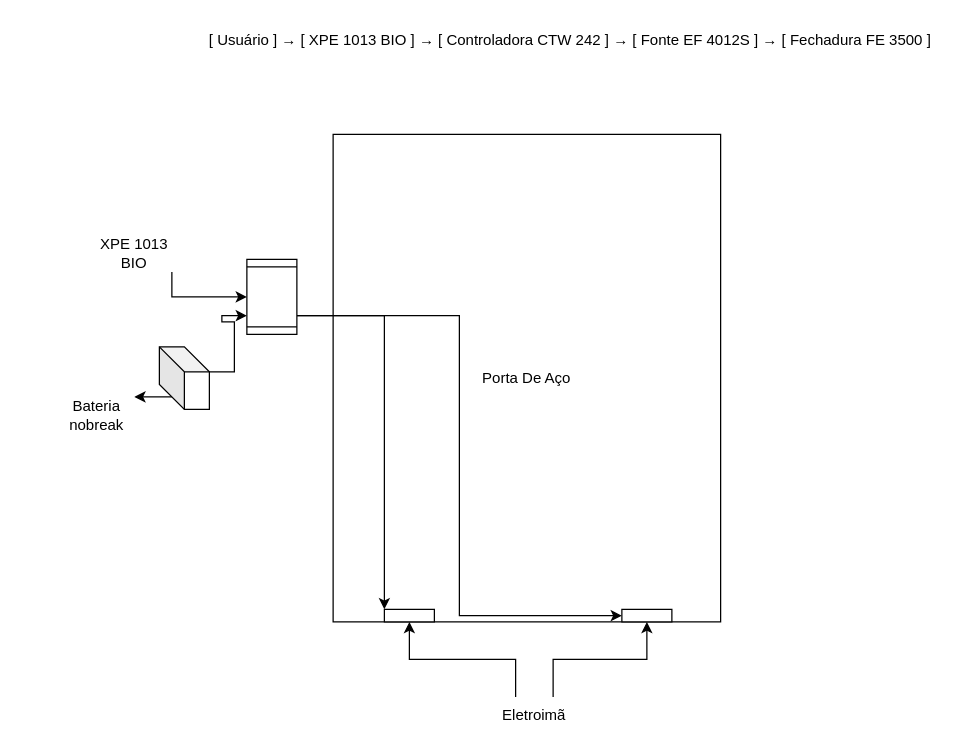
Above: Diagrama sem nome.drawio in ThallysOliveira/AMSupermercado-LTDA (draw.io), before the change. Source tidied: cells renumbered, new cells numbered last; positions are measured from the earlier drawing's top-left corner, leaving out a move shared by most shapes. Both pictures are drawn from the tidied source at 125%, with x=0, y=0 at pixel (59, 21).
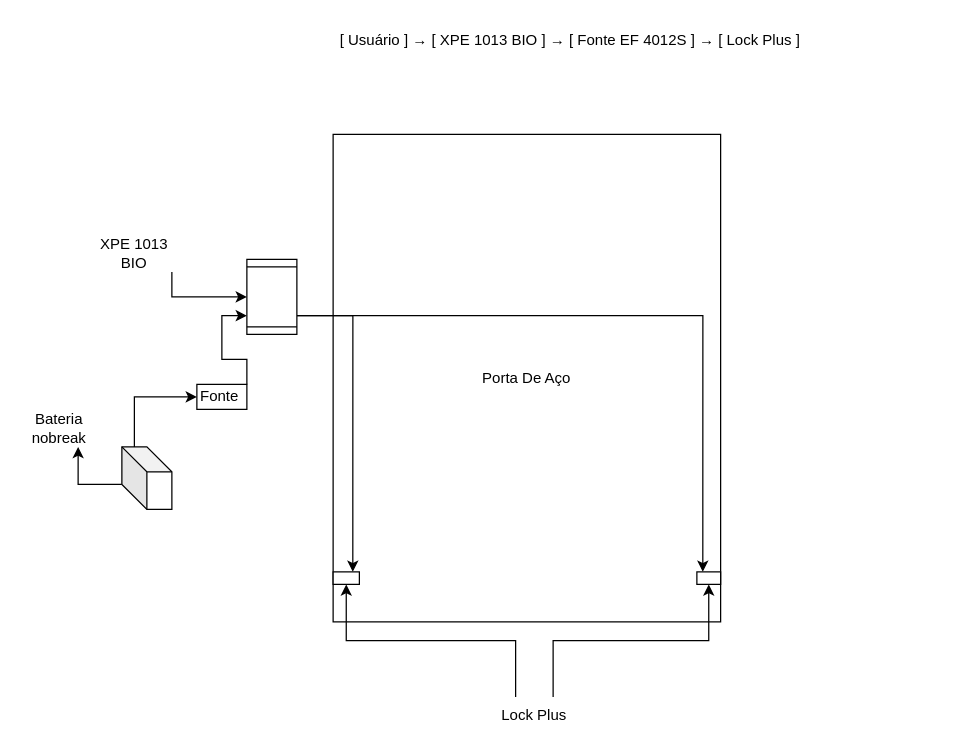
The same diagram, later.

Change to the diagram source:
```diff
@@
 <mxGraphModel>
   <root>
     <mxCell id="0" />
     <mxCell id="1" parent="0" />
     <mxCell id="2" value="Porta De Aço" style="rounded=0;whiteSpace=wrap;html=1;" parent="1" vertex="1">
       <mxGeometry x="219" y="90" width="310" height="390" as="geometry" />
     </mxCell>
-    <mxCell id="3" style="edgeStyle=orthogonalEdgeStyle;rounded=0;jettySize=auto;html=1;exitX=0.75;exitY=0;exitDx=0;exitDy=0;entryX=0;entryY=0;entryDx=0;entryDy=0;" parent="1" edge="1" source="5" target="7">
+    <mxCell id="3" style="edgeStyle=orthogonalEdgeStyle;rounded=0;jettySize=auto;html=1;exitX=0.75;exitY=0;exitDx=0;exitDy=0;entryX=0.75;entryY=0;entryDx=0;entryDy=0;" parent="1" edge="1" source="5" target="7">
       <mxGeometry relative="1" as="geometry" />
     </mxCell>
-    <mxCell id="4" style="edgeStyle=orthogonalEdgeStyle;rounded=0;jettySize=auto;html=1;exitX=0.75;exitY=0;exitDx=0;exitDy=0;entryX=0;entryY=0.5;entryDx=0;entryDy=0;" parent="1" edge="1" source="5" target="8">
+    <mxCell id="4" style="edgeStyle=orthogonalEdgeStyle;rounded=0;jettySize=auto;html=1;exitX=0.75;exitY=0;exitDx=0;exitDy=0;entryX=0.25;entryY=0;entryDx=0;entryDy=0;" parent="1" edge="1" source="5" target="8">
       <mxGeometry relative="1" as="geometry" />
     </mxCell>
     <mxCell id="5" style="shape=process;whiteSpace=wrap;html=1;backgroundOutline=1;rotation=90;" parent="1" vertex="1">
       <mxGeometry x="140" y="200" width="60" height="40" as="geometry" />
     </mxCell>
-    <mxCell id="6" value="[ Usuário ] → [ XPE 1013 BIO ] → [ Controladora CTW 242 ] → [ Fonte EF 4012S ] → [ Fechadura FE 3500 ]&amp;nbsp;" style="text;html=1;align=center;verticalAlign=middle;strokeColor=none;fillColor=none;" parent="1" vertex="1">
-      <mxGeometry x="110" width="600" height="30" as="geometry" />
+    <mxCell id="6" value="[ Usuário ] → [ XPE 1013 BIO ] → [ Fonte EF 4012S ] → [ Lock Plus ]&amp;nbsp;" style="text;html=1;align=center;verticalAlign=middle;strokeColor=none;fillColor=none;" parent="1" vertex="1">
+      <mxGeometry x="210" width="400" height="30" as="geometry" />
     </mxCell>
     <mxCell id="7" style="rounded=0;whiteSpace=wrap;html=1;" parent="1" vertex="1">
-      <mxGeometry x="260" y="470" width="40" height="10" as="geometry" />
+      <mxGeometry x="219" y="440" width="21" height="10" as="geometry" />
     </mxCell>
     <mxCell id="8" style="rounded=0;whiteSpace=wrap;html=1;" parent="1" vertex="1">
-      <mxGeometry x="450" y="470" width="40" height="10" as="geometry" />
+      <mxGeometry x="510" y="440" width="19" height="10" as="geometry" />
     </mxCell>
     <mxCell id="9" style="edgeStyle=orthogonalEdgeStyle;rounded=0;jettySize=auto;html=1;exitX=1;exitY=1;exitDx=0;exitDy=0;entryX=0.5;entryY=1;entryDx=0;entryDy=0;" parent="1" edge="1" source="10" target="5">
       <mxGeometry relative="1" as="geometry" />
     </mxCell>
     <mxCell id="10" value="XPE 1013 BIO" style="text;html=1;align=center;verticalAlign=middle;whiteSpace=wrap;rounded=0;" parent="1" vertex="1">
       <mxGeometry x="30" y="170" width="60" height="30" as="geometry" />
     </mxCell>
     <mxCell id="11" style="edgeStyle=orthogonalEdgeStyle;rounded=0;jettySize=auto;html=1;exitX=0.25;exitY=0;exitDx=0;exitDy=0;entryX=0.5;entryY=1;entryDx=0;entryDy=0;" parent="1" edge="1" source="13" target="7">
       <mxGeometry relative="1" as="geometry" />
     </mxCell>
     <mxCell id="12" style="edgeStyle=orthogonalEdgeStyle;rounded=0;jettySize=auto;html=1;exitX=0.75;exitY=0;exitDx=0;exitDy=0;entryX=0.5;entryY=1;entryDx=0;entryDy=0;" parent="1" edge="1" source="13" target="8">
       <mxGeometry relative="1" as="geometry" />
     </mxCell>
-    <mxCell id="13" value="Eletroimã" style="text;html=1;align=center;verticalAlign=middle;whiteSpace=wrap;rounded=0;" parent="1" vertex="1">
+    <mxCell id="13" value="Lock Plus" style="text;html=1;align=center;verticalAlign=middle;whiteSpace=wrap;rounded=0;" parent="1" vertex="1">
       <mxGeometry x="350" y="540" width="60" height="30" as="geometry" />
     </mxCell>
-    <mxCell id="14" style="edgeStyle=orthogonalEdgeStyle;rounded=0;jettySize=auto;html=1;exitX=0;exitY=0;exitDx=40;exitDy=20;exitPerimeter=0;entryX=0.75;entryY=1;entryDx=0;entryDy=0;" parent="1" edge="1" source="16" target="5">
-      <mxGeometry relative="1" as="geometry" />
-    </mxCell>
-    <mxCell id="15" style="edgeStyle=orthogonalEdgeStyle;rounded=0;jettySize=auto;html=1;exitX=0;exitY=0;exitDx=10;exitDy=40;exitPerimeter=0;entryX=1;entryY=0;entryDx=0;entryDy=0;" parent="1" edge="1" source="16" target="17">
-      <mxGeometry relative="1" as="geometry" />
-    </mxCell>
-    <mxCell id="16" style="shape=cube;whiteSpace=wrap;html=1;boundedLbl=1;backgroundOutline=1;darkOpacity=0.05;darkOpacity2=0.1;" parent="1" vertex="1">
-      <mxGeometry x="80" y="260" width="40" height="50" as="geometry" />
-    </mxCell>
     <mxCell id="17" value="Bateria nobreak" style="text;html=1;align=center;verticalAlign=middle;whiteSpace=wrap;rounded=0;" parent="1" vertex="1">
-      <mxGeometry y="300" width="60" height="30" as="geometry" />
+      <mxGeometry x="-30" y="310" width="60" height="30" as="geometry" />
     </mxCell>
+    <mxCell id="18" style="edgeStyle=orthogonalEdgeStyle;rounded=0;jettySize=auto;html=1;exitX=1;exitY=0;exitDx=0;exitDy=0;entryX=0.75;entryY=1;entryDx=0;entryDy=0;" parent="1" edge="1" source="19" target="5">
+      <mxGeometry relative="1" as="geometry" />
+    </mxCell>
+    <mxCell id="19" value="Fonte&amp;nbsp;" style="rounded=0;whiteSpace=wrap;html=1;" parent="1" vertex="1">
+      <mxGeometry x="110" y="290" width="40" height="20" as="geometry" />
+    </mxCell>
+    <mxCell id="20" style="edgeStyle=orthogonalEdgeStyle;rounded=0;jettySize=auto;html=1;exitX=0;exitY=0;exitDx=0;exitDy=30;exitPerimeter=0;entryX=0.75;entryY=1;entryDx=0;entryDy=0;" parent="1" edge="1" source="22" target="17">
+      <mxGeometry relative="1" as="geometry" />
+    </mxCell>
+    <mxCell id="21" style="edgeStyle=orthogonalEdgeStyle;rounded=0;jettySize=auto;html=1;exitX=0;exitY=0;exitDx=10;exitDy=0;exitPerimeter=0;entryX=0;entryY=0.5;entryDx=0;entryDy=0;" parent="1" edge="1" source="22" target="19">
+      <mxGeometry relative="1" as="geometry" />
+    </mxCell>
+    <mxCell id="22" style="shape=cube;whiteSpace=wrap;html=1;boundedLbl=1;backgroundOutline=1;darkOpacity=0.05;darkOpacity2=0.1;" parent="1" vertex="1">
+      <mxGeometry x="50" y="340" width="40" height="50" as="geometry" />
+    </mxCell>
   </root>
 </mxGraphModel>
```
